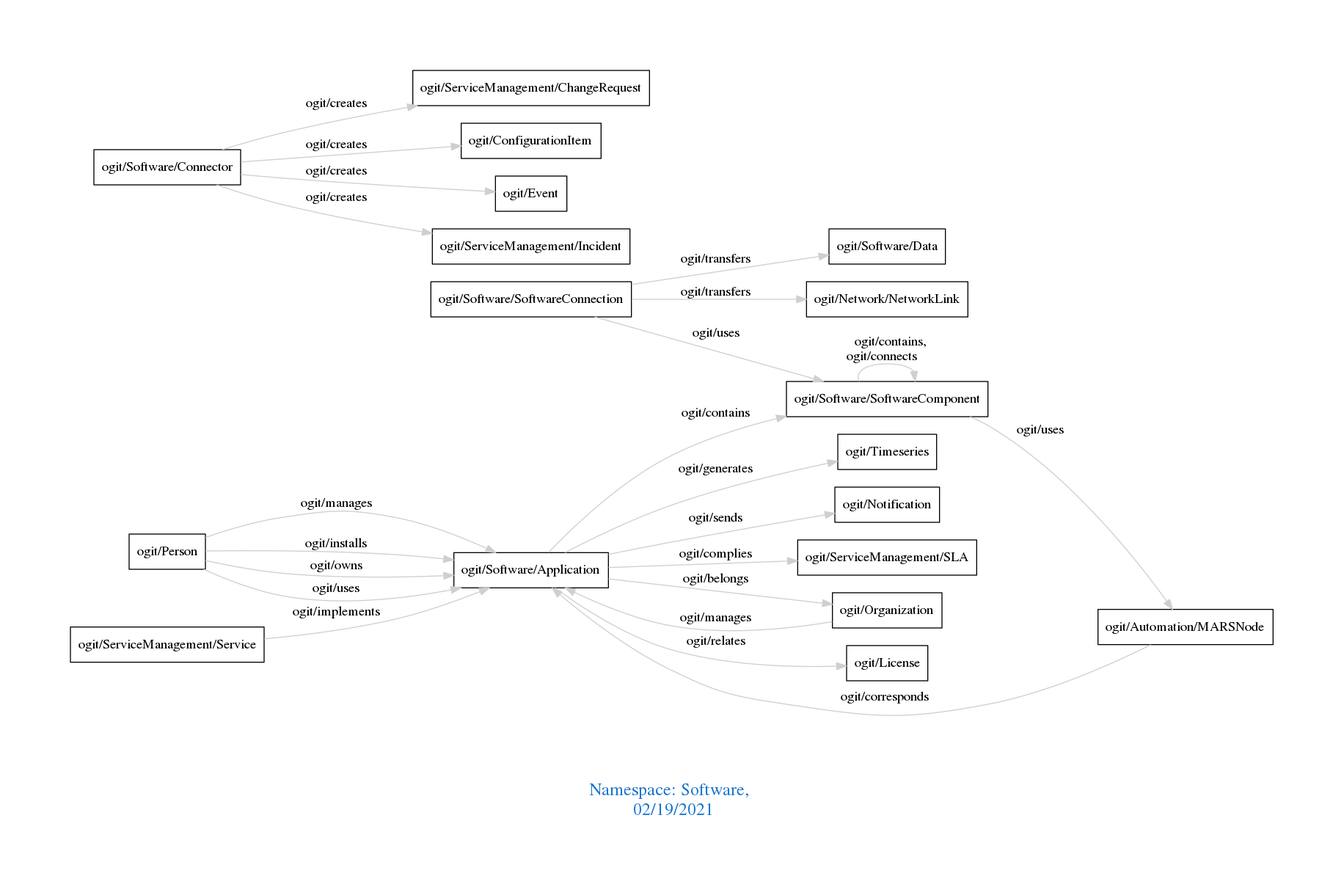
Before: downloads/Software.png, a diagram exported from Graphviz (arago/OGIT). Its source is kept beside it as downloads/Software.dot.
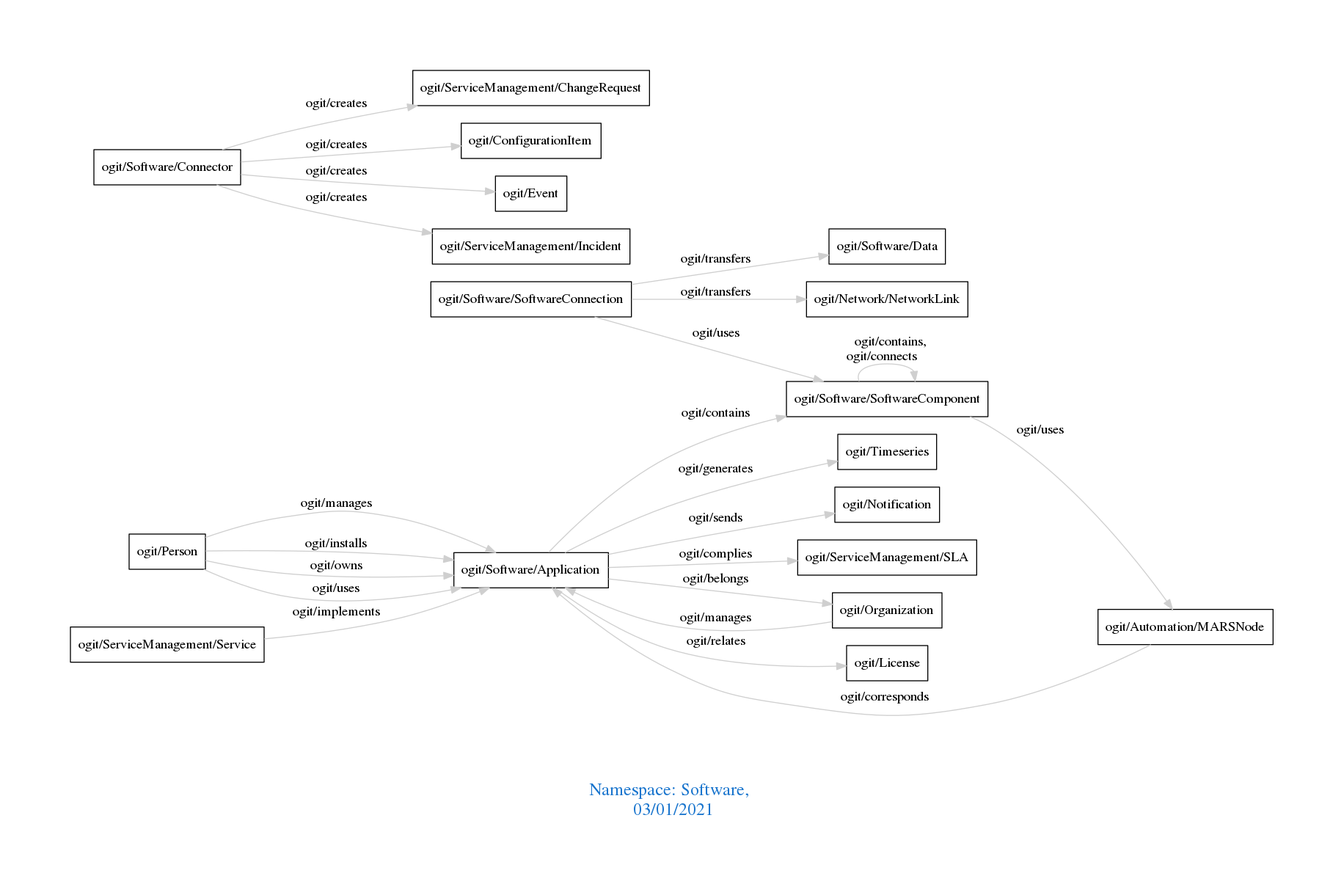
The same diagram one commit later.

The edit, as a diff of the source:
```diff
@@ -1,7 +1,7 @@
 digraph OGIT_ontology {
  graph [ rankdir= LR,pad=1
 fontsize = 18,
-fontcolor= dodgerblue3,label = "\n\n\nNamespace: Software, \n 02/19/2021"];
+fontcolor= dodgerblue3,label = "\n\n\nNamespace: Software, \n 03/01/2021"];
 node[shape=polygon];
 edge [  color="gray81"];
 
```
